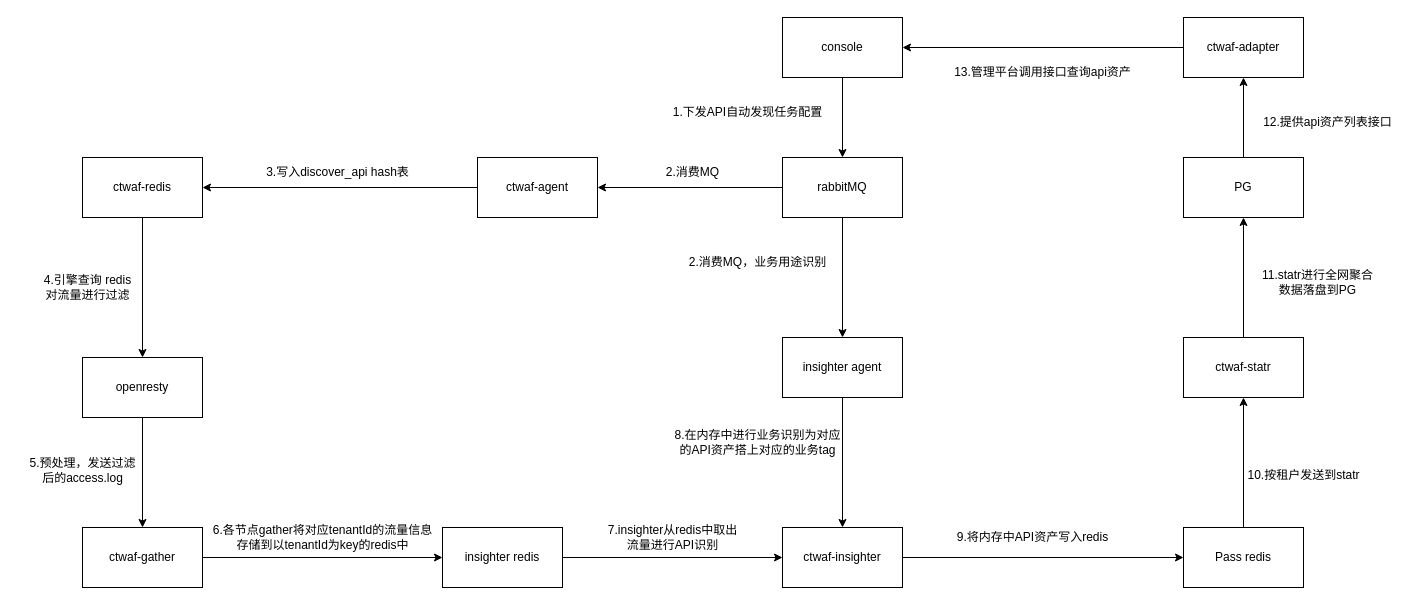
This is 未命名绘图.drawio from allurelzh/flask_demo, a draw.io file, before an edit. Source tidied: cells renumbered, new cells numbered last; positions are measured from the earlier drawing's top-left corner, leaving out a move shared by most shapes. Both pictures are drawn from the tidied source at 100%, with x=0, y=0 at pixel (17, 17).
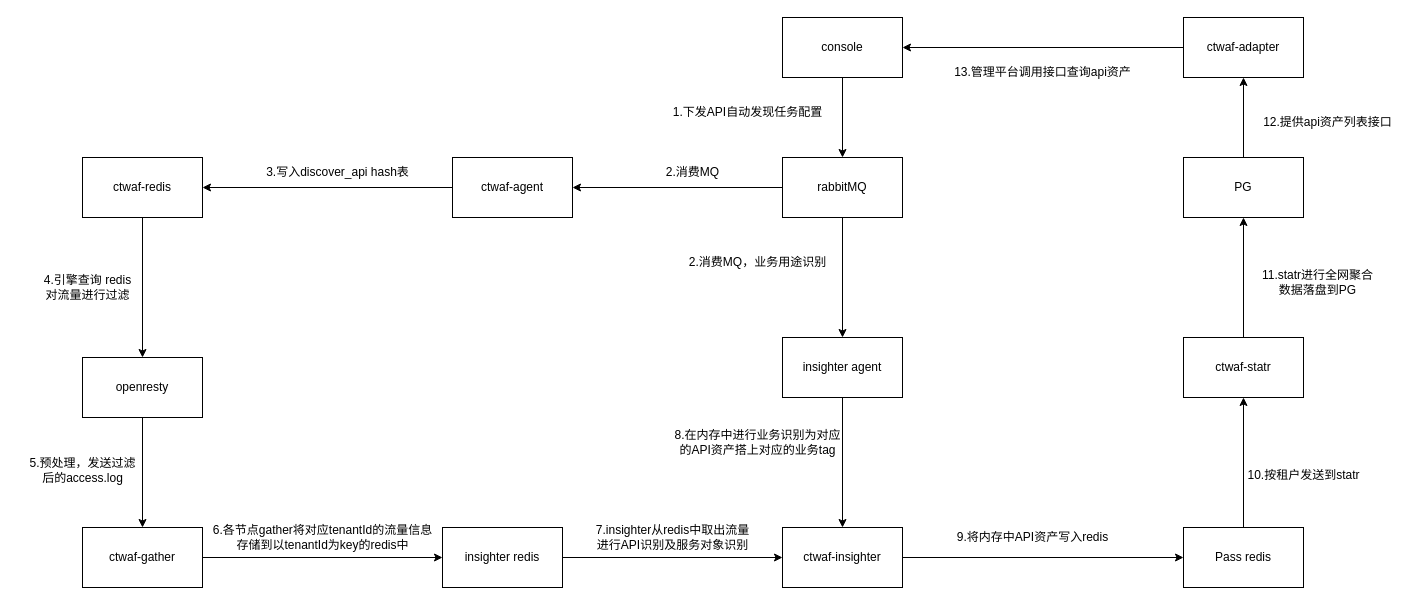
The same diagram, later.

Commit message (it also covers changes not shown here):
更新未命名绘图.drawio

The edit, as a diff of the source:
```diff
@@
     <mxCell id="12" value="ctwaf-agent" style="rounded=0;whiteSpace=wrap;html=1;" parent="1" vertex="1">
-      <mxGeometry x="460" y="140" width="120" height="60" as="geometry" />
+      <mxGeometry x="435" y="140" width="120" height="60" as="geometry" />
     </mxCell>
@@
-    <mxCell id="28" value="7.insighter从redis中取出&lt;div&gt;流量进行API识别&lt;/div&gt;" style="text;html=1;align=center;verticalAlign=middle;strokeColor=none;fillColor=none;" parent="1" vertex="1">
-      <mxGeometry x="580" y="500" width="150" height="40" as="geometry" />
+    <mxCell id="28" value="7.insighter从redis中取出&lt;span style=&quot;background-color: initial;&quot;&gt;流量&lt;/span&gt;&lt;div&gt;&lt;span style=&quot;background-color: initial;&quot;&gt;进行API识别及服务对象识别&lt;/span&gt;&lt;/div&gt;" style="text;html=1;align=center;verticalAlign=middle;strokeColor=none;fillColor=none;" parent="1" vertex="1">
+      <mxGeometry x="565" y="500" width="180" height="40" as="geometry" />
     </mxCell>
```
